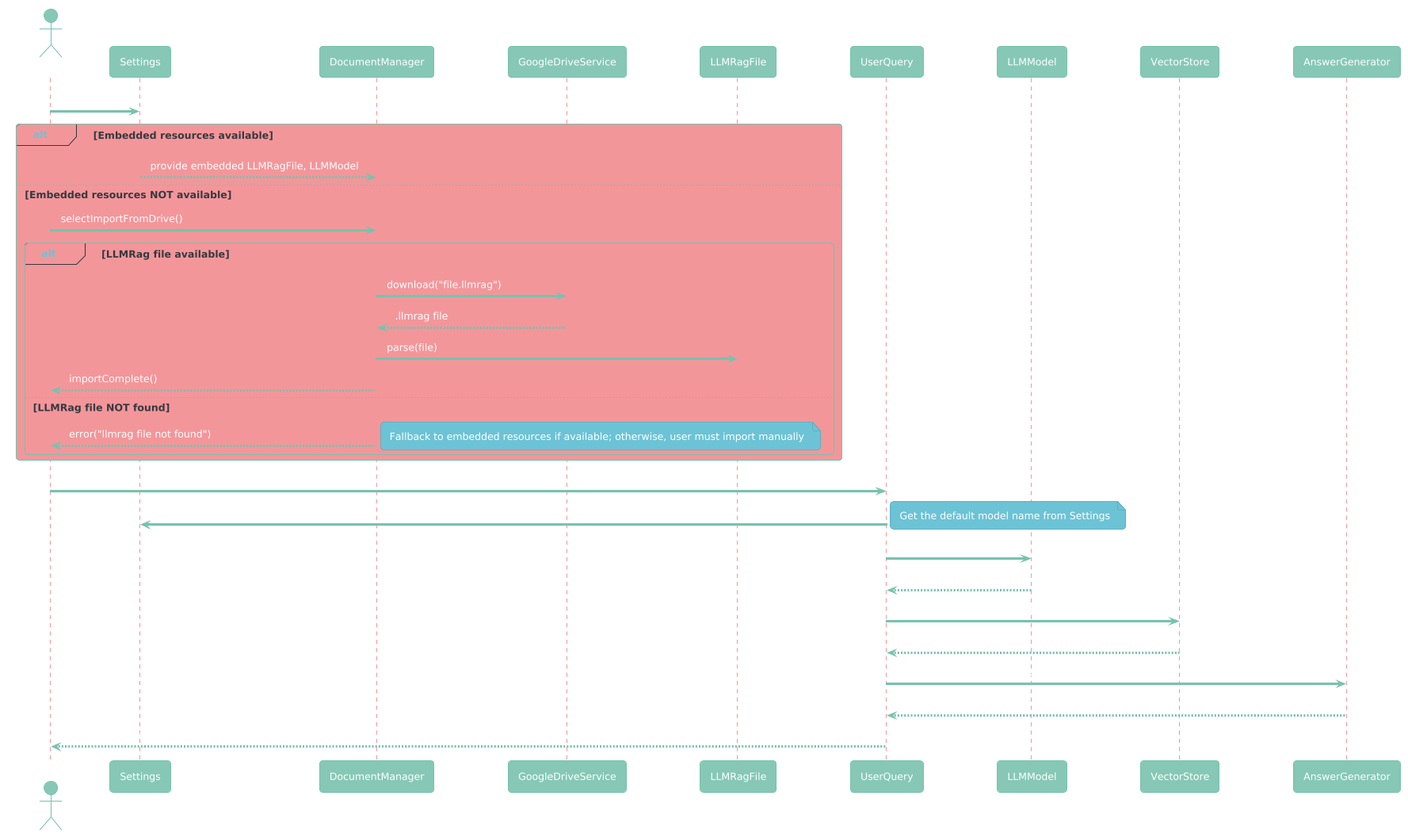
Earlier version of the PlantUML export docs/assets/SequenceDiagram.png (raskolnikoff/RAGfish).
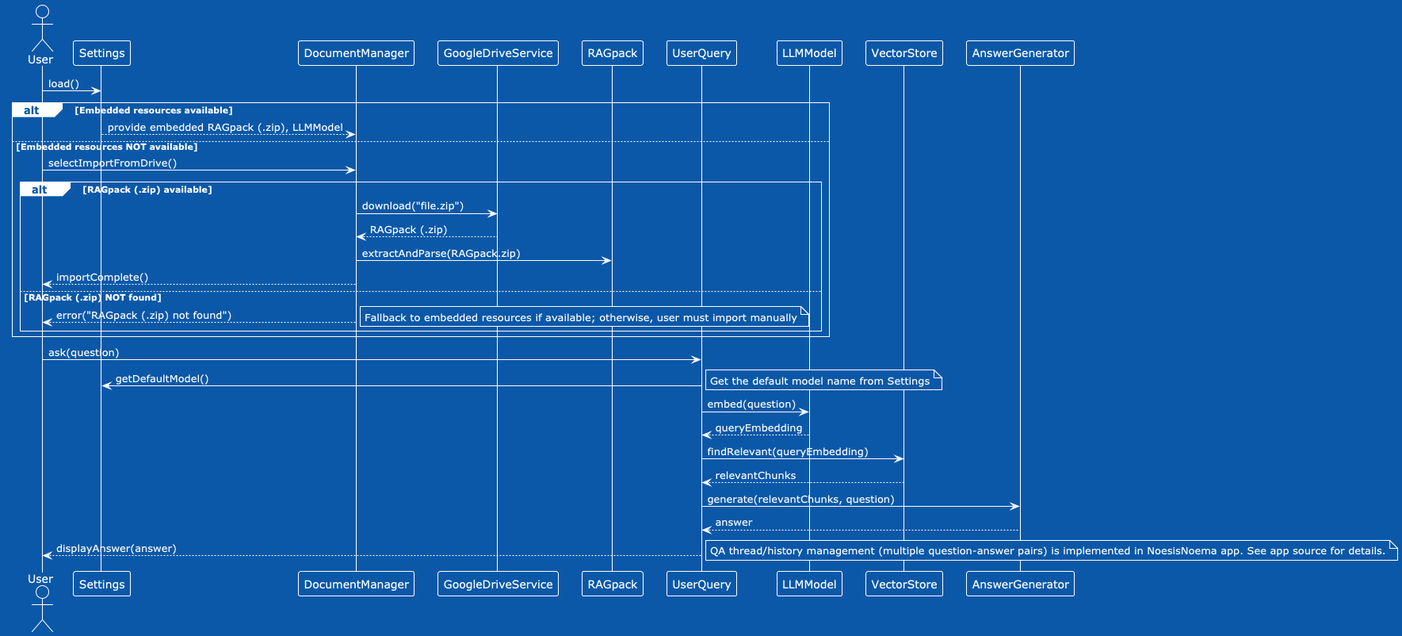
Later version of the same file.

Diff of the diagram source:
```diff
@@ -1,20 +1,20 @@
 @startuml
-!theme minty
+!theme amiga
 actor User
 
 User -> Settings : load()
 alt Embedded resources available
-    Settings --> DocumentManager : provide embedded LLMRagFile, LLMModel
+    Settings --> DocumentManager : provide embedded RAGpack (.zip), LLMModel
 else Embedded resources NOT available
     User -> DocumentManager : selectImportFromDrive()
 
-    alt LLMRag file available
-        DocumentManager -> GoogleDriveService : download("file.llmrag")
-        GoogleDriveService --> DocumentManager : .llmrag file
-        DocumentManager -> LLMRagFile : parse(file)
+    alt RAGpack (.zip) available
+        DocumentManager -> GoogleDriveService : download("file.zip")
+        GoogleDriveService --> DocumentManager : RAGpack (.zip)
+        DocumentManager -> RAGpack : extractAndParse(RAGpack.zip)
         DocumentManager --> User : importComplete()
-    else LLMRag file NOT found
-        DocumentManager --> User : error("llmrag file not found")
+    else RAGpack (.zip) NOT found
+        DocumentManager --> User : error("RAGpack (.zip) not found")
         note right: Fallback to embedded resources if available; otherwise, user must import manually
     end
 end
@@ -32,4 +32,5 @@
 AnswerGenerator --> UserQuery : answer
 
 UserQuery --> User : displayAnswer(answer)
+note right: QA thread/history management (multiple question-answer pairs) is implemented in NoesisNoema app. See app source for details.
 @enduml
```
